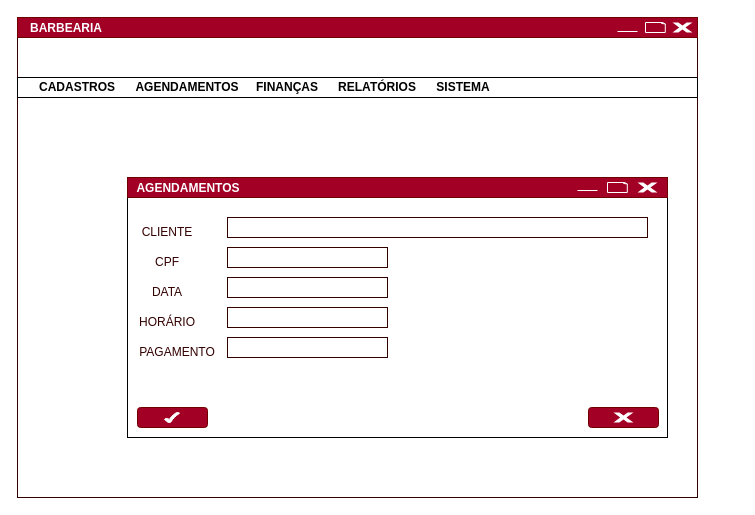
Above: Projeto de Interface - Exercício AULA 5 - Engenharia de resquisitos.drawio in maiconlmotadev/Universidade_https-app.diagrams.net (draw.io), before the change. Source tidied: cells renumbered, new cells numbered last; positions are measured from the earlier drawing's top-left corner, leaving out a move shared by most shapes. Both pictures are drawn from the tidied source at 100%, with x=0, y=0 at pixel (17, 17).
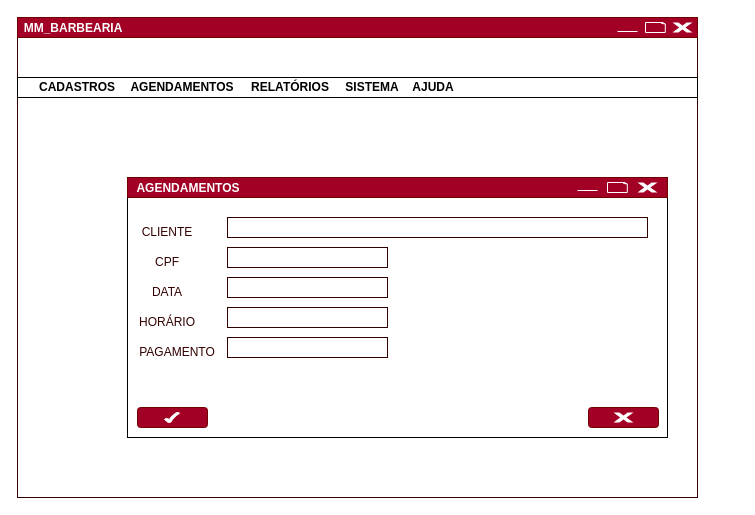
After the change.

Change to the diagram source:
```diff
@@
     <mxCell id="6" value="&lt;b&gt;AGENDAMENTOS&lt;/b&gt;" style="text;html=1;strokeColor=none;fillColor=none;align=center;verticalAlign=middle;whiteSpace=wrap;rounded=0;" parent="1" vertex="1">
-      <mxGeometry x="140" y="60" width="60" height="20" as="geometry" />
+      <mxGeometry x="135" y="60" width="60" height="20" as="geometry" />
     </mxCell>
-    <mxCell id="7" value="&lt;b&gt;FINANÇAS&lt;/b&gt;" style="text;html=1;strokeColor=none;fillColor=none;align=center;verticalAlign=middle;whiteSpace=wrap;rounded=0;glass=0;" parent="1" vertex="1">
-      <mxGeometry x="240" y="60" width="60" height="20" as="geometry" />
-    </mxCell>
     <mxCell id="8" value="&lt;b&gt;RELATÓRIOS&lt;/b&gt;" style="text;html=1;strokeColor=none;fillColor=none;align=center;verticalAlign=middle;whiteSpace=wrap;rounded=0;glass=0;" parent="1" vertex="1">
-      <mxGeometry x="330" y="60" width="60" height="20" as="geometry" />
+      <mxGeometry x="243" y="60" width="60" height="20" as="geometry" />
     </mxCell>
     <mxCell id="9" value="&lt;b&gt;SISTEMA&lt;/b&gt;" style="text;html=1;strokeColor=none;fillColor=none;align=center;verticalAlign=middle;whiteSpace=wrap;rounded=0;glass=0;" parent="1" vertex="1">
-      <mxGeometry x="416" y="60" width="60" height="20" as="geometry" />
+      <mxGeometry x="325" y="60" width="60" height="20" as="geometry" />
     </mxCell>
@@
-    <mxCell id="19" value="&lt;b&gt;&lt;font color=&quot;#fcfeff&quot;&gt;BARBEARIA&lt;/font&gt;&lt;/b&gt;" style="text;html=1;strokeColor=none;fillColor=none;align=center;verticalAlign=middle;whiteSpace=wrap;rounded=0;glass=0;" parent="1" vertex="1">
-      <mxGeometry x="19" y="6" width="60" height="10" as="geometry" />
+    <mxCell id="19" value="&lt;b&gt;&lt;font color=&quot;#fcfeff&quot;&gt;MM_BARBEARIA&lt;/font&gt;&lt;/b&gt;" style="text;html=1;strokeColor=none;fillColor=none;align=center;verticalAlign=middle;whiteSpace=wrap;rounded=0;glass=0;" parent="1" vertex="1">
+      <mxGeometry x="26" y="6" width="60" height="10" as="geometry" />
     </mxCell>
@@
+    <mxCell id="35" value="&lt;b&gt;AJUDA&lt;/b&gt;" style="text;html=1;strokeColor=none;fillColor=none;align=center;verticalAlign=middle;whiteSpace=wrap;rounded=0;glass=0;" parent="1" vertex="1">
+      <mxGeometry x="386" y="60" width="60" height="20" as="geometry" />
+    </mxCell>
```
